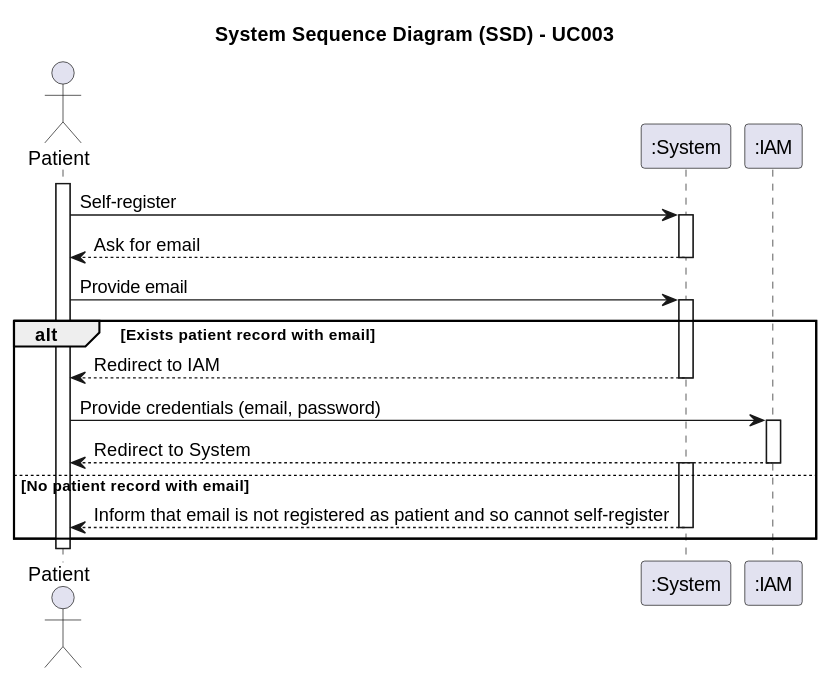
1221124/sem5pi-24-25-g031 keeps this PlantUML diagram as docs/SprintA/UseCases/UC003/01.requirements-engineering/svg/uc003-system-sequence-diagram.svg. Above is the earlier version. Source of this version:
```plantuml
@startuml
title System Sequence Diagram (SSD) - UC003
actor Patient as Patient
participant ":System" as System
participant ":IAM" as IAM

activate Patient

    Patient -> System: Self-register

    activate System

        System --> Patient: Ask for email

    deactivate System

    Patient -> System: Provide email

    alt Exists patient record with email

        activate System

            System --> Patient: Redirect to IAM

        deactivate System

        Patient -> IAM: Provide credentials (email, password)

        activate IAM

            IAM --> Patient: Redirect to System

        deactivate IAM

    else No patient record with email

        activate System

            System --> Patient: Inform that email is not registered as patient and so cannot self-register

        deactivate System

    end

deactivate Patient
@enduml
```
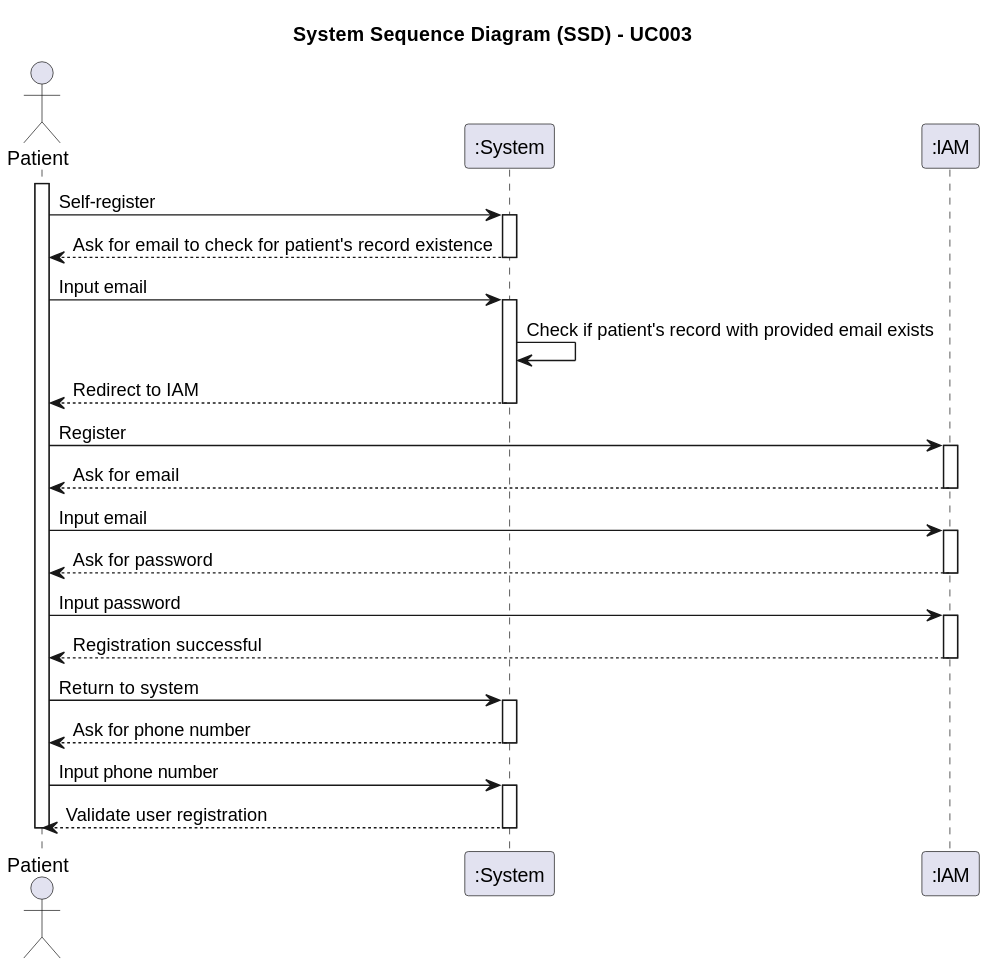
The same file after the commit.

Change to the diagram source:
```diff
@@ -10,37 +10,59 @@
 
     activate System
 
-        System --> Patient: Ask for email
+        System --> Patient: Ask for email to check for patient's record existence
 
     deactivate System
 
-    Patient -> System: Provide email
+    Patient -> System: Input email
 
-    alt Exists patient record with email
+    activate System
 
-        activate System
+        System -> System: Check if patient's record with provided email exists
 
-            System --> Patient: Redirect to IAM
+        System --> Patient: Redirect to IAM
 
-        deactivate System
+    deactivate System
 
-        Patient -> IAM: Provide credentials (email, password)
+    Patient -> IAM: Register
 
-        activate IAM
+    activate IAM
 
-            IAM --> Patient: Redirect to System
+        IAM --> Patient: Ask for email
 
-        deactivate IAM
+    deactivate IAM
 
-    else No patient record with email
+    Patient -> IAM: Input email
 
-        activate System
+    activate IAM
 
-            System --> Patient: Inform that email is not registered as patient and so cannot self-register
+        IAM --> Patient: Ask for password
 
-        deactivate System
+    deactivate IAM
 
-    end
+    Patient -> IAM: Input password
+
+    activate IAM
+
+        IAM --> Patient: Registration successful
+
+    deactivate IAM
+
+    Patient -> System: Return to system
+
+    activate System
+
+        System --> Patient: Ask for phone number
+
+    deactivate System
+
+    Patient -> System: Input phone number
+
+    activate System
+
+        System --> Patient: Validate user registration
+
+    deactivate System
 
 deactivate Patient
 @enduml
```
